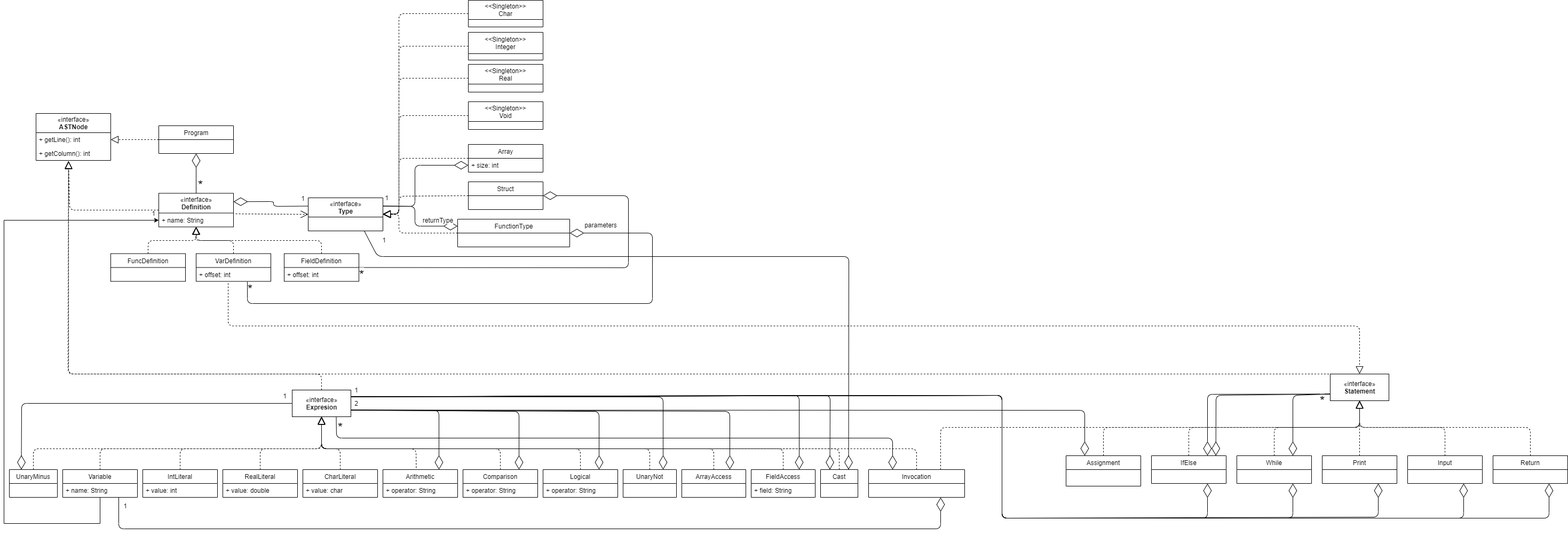
The draw.io diagram UML.png in mesacarlos/PmmCompiler, before a commit. Source tidied: cells renumbered, new cells last; positions are measured from the earlier drawing's top-left corner, leaving out a move shared by most shapes.
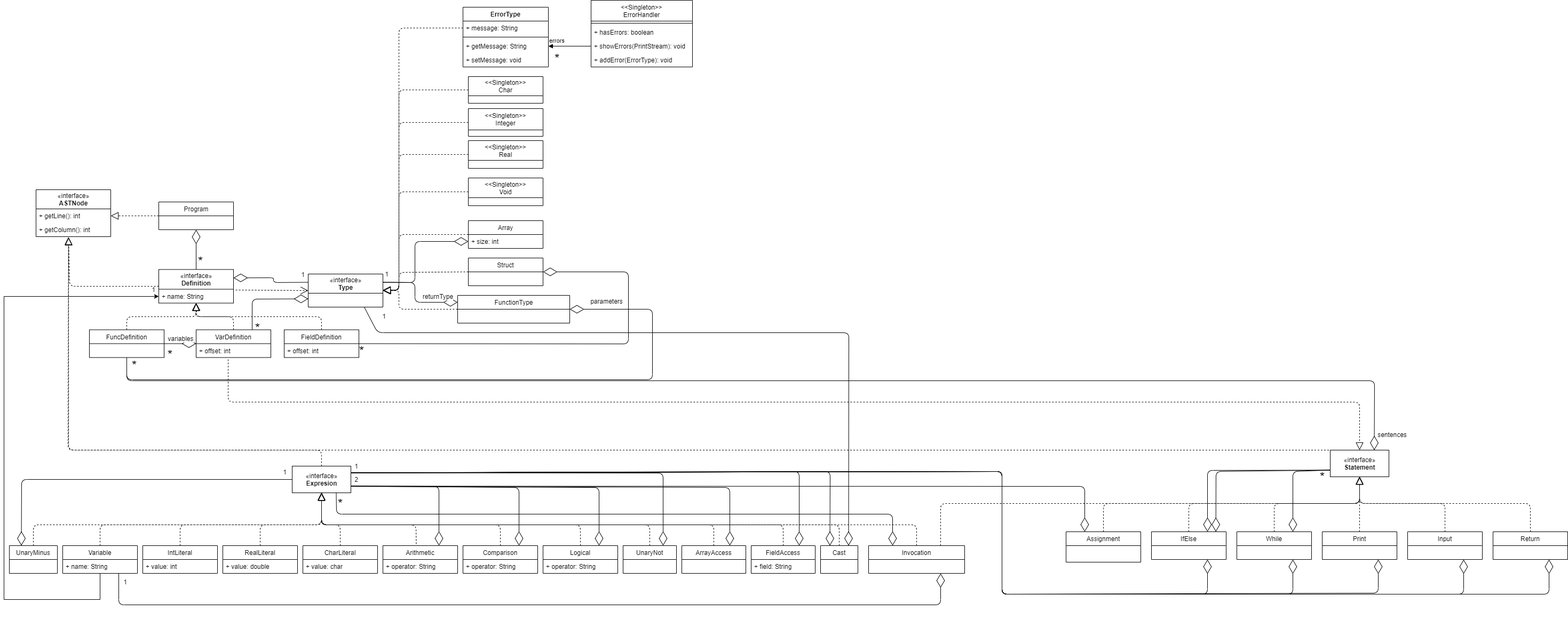
The same diagram one commit later.

What changed in the source:
```diff
@@ -133,7 +133,7 @@
       <mxGeometry y="26" width="140" height="26" as="geometry" />
     </mxCell>
     <mxCell id="29" value="FuncDefinition" style="swimlane;fontStyle=0;horizontal=1;startSize=26;fillColor=none;" parent="1" vertex="1">
-      <mxGeometry x="200" y="474.5" width="140" height="52" as="geometry" />
+      <mxGeometry x="160" y="474.5" width="140" height="52" as="geometry" />
     </mxCell>
     <mxCell id="30" value="«interface»&lt;br&gt;&lt;b&gt;Definition&lt;/b&gt;" style="swimlane;fontStyle=0;horizontal=1;startSize=37;fillColor=none;html=1;" parent="1" vertex="1">
       <mxGeometry x="290" y="361.5" width="140" height="63" as="geometry" />
@@ -161,7 +161,7 @@
     <mxCell id="36" style="endArrow=block;dashed=1;endFill=0;endSize=12;html=1;exitX=0.5;exitY=0;exitDx=0;exitDy=0;" parent="1" edge="1" source="29" target="31">
       <mxGeometry relative="1" as="geometry">
         <Array as="points">
-          <mxPoint x="270" y="450" />
+          <mxPoint x="230" y="450" />
           <mxPoint x="360" y="450" />
         </Array>
       </mxGeometry>
@@ -172,7 +172,7 @@
     <mxCell id="38" style="endArrow=diamondThin;endFill=0;endSize=24;html=1;entryX=0.5;entryY=1;entryDx=0;entryDy=0;exitX=0.5;exitY=0;exitDx=0;exitDy=0;" parent="1" edge="1" source="30" target="34">
       <mxGeometry relative="1" as="geometry" />
     </mxCell>
-    <mxCell id="39" value="*" style="text;html=1;align=center;verticalAlign=middle;labelBackgroundColor=#ffffff;fontSize=24;" parent="38" vertex="1">
+    <mxCell id="39" value="*" style="text;html=1;align=center;verticalAlign=middle;labelBackgroundColor=none;fontSize=24;" parent="38" vertex="1">
       <mxGeometry x="-0.93" y="-1" relative="1" as="geometry">
         <mxPoint x="6.7" y="-14" as="offset" />
       </mxGeometry>
@@ -280,21 +280,21 @@
         </Array>
       </mxGeometry>
     </mxCell>
-    <mxCell id="60" value="&lt;font style=&quot;font-size: 24px&quot;&gt;*&lt;/font&gt;" style="text;html=1;align=center;verticalAlign=middle;labelBackgroundColor=#ffffff;" parent="59" vertex="1">
+    <mxCell id="60" value="&lt;font style=&quot;font-size: 24px&quot;&gt;*&lt;/font&gt;" style="text;html=1;align=center;verticalAlign=middle;labelBackgroundColor=none;" parent="59" vertex="1">
       <mxGeometry x="-0.91" y="-2" relative="1" as="geometry">
         <mxPoint x="-30" y="11" as="offset" />
       </mxGeometry>
     </mxCell>
-    <mxCell id="61" style="endArrow=diamondThin;endFill=0;endSize=24;html=1;entryX=1;entryY=0.5;entryDx=0;entryDy=0;exitX=0.686;exitY=1.019;exitDx=0;exitDy=0;exitPerimeter=0;" parent="1" edge="1" source="28" target="33">
+    <mxCell id="61" style="endArrow=diamondThin;endFill=0;endSize=24;html=1;entryX=1;entryY=0.5;entryDx=0;entryDy=0;exitX=0.5;exitY=1;exitDx=0;exitDy=0;" parent="1" edge="1" source="29" target="33">
       <mxGeometry relative="1" as="geometry">
         <Array as="points">
-          <mxPoint x="456" y="568" />
+          <mxPoint x="230" y="568" />
           <mxPoint x="1215" y="568" />
           <mxPoint x="1215" y="436" />
         </Array>
       </mxGeometry>
     </mxCell>
-    <mxCell id="62" value="*" style="text;html=1;align=center;verticalAlign=middle;labelBackgroundColor=#ffffff;fontSize=24;" parent="61" vertex="1">
+    <mxCell id="62" value="*" style="text;html=1;align=center;verticalAlign=middle;labelBackgroundColor=none;fontSize=24;" parent="61" vertex="1">
       <mxGeometry x="-0.91" y="-2" relative="1" as="geometry">
         <mxPoint x="-3" y="-30" as="offset" />
       </mxGeometry>
@@ -530,7 +530,7 @@
         </Array>
       </mxGeometry>
     </mxCell>
-    <mxCell id="102" value="&lt;font style=&quot;font-size: 24px&quot;&gt;*&lt;/font&gt;" style="text;html=1;align=center;verticalAlign=middle;labelBackgroundColor=#ffffff;fontSize=24;" parent="101" vertex="1">
+    <mxCell id="102" value="&lt;font style=&quot;font-size: 24px&quot;&gt;*&lt;/font&gt;" style="text;html=1;align=center;verticalAlign=middle;labelBackgroundColor=none;fontSize=24;" parent="101" vertex="1">
       <mxGeometry x="-0.95" relative="1" as="geometry">
         <mxPoint x="7.1" y="-11" as="offset" />
       </mxGeometry>
@@ -601,7 +601,7 @@
         </Array>
       </mxGeometry>
     </mxCell>
-    <mxCell id="115" value="*" style="text;html=1;align=center;verticalAlign=middle;labelBackgroundColor=#ffffff;fontSize=24;" parent="114" vertex="1">
+    <mxCell id="115" value="*" style="text;html=1;align=center;verticalAlign=middle;labelBackgroundColor=none;fontSize=24;" parent="114" vertex="1">
       <mxGeometry x="-0.64" y="-2" relative="1" as="geometry">
         <mxPoint x="47.4" y="14.4" as="offset" />
       </mxGeometry>
@@ -705,5 +705,89 @@
         <mxPoint x="-3.7" y="-13.6" as="offset" />
       </mxGeometry>
     </mxCell>
+    <mxCell id="129" value="ErrorType" style="swimlane;fontStyle=1;align=center;verticalAlign=top;horizontal=1;startSize=26;" parent="1" vertex="1">
+      <mxGeometry x="860" y="-130" width="160" height="112" as="geometry" />
+    </mxCell>
+    <mxCell id="130" value="+ message: String" style="text;strokeColor=none;fillColor=none;align=left;verticalAlign=top;spacingLeft=4;spacingRight=4;overflow=hidden;points=[[0,0.5],[1,0.5]];portConstraint=eastwest;" parent="129" vertex="1">
+      <mxGeometry y="26" width="160" height="26" as="geometry" />
+    </mxCell>
+    <mxCell id="131" style="line;strokeWidth=1;fillColor=none;align=left;verticalAlign=middle;spacingTop=-1;spacingLeft=3;spacingRight=3;labelPosition=right;" parent="129" vertex="1">
+      <mxGeometry y="52" width="160" height="8" as="geometry" />
+    </mxCell>
+    <mxCell id="132" value="+ getMessage: String" style="text;strokeColor=none;fillColor=none;align=left;verticalAlign=top;spacingLeft=4;spacingRight=4;overflow=hidden;points=[[0,0.5],[1,0.5]];portConstraint=eastwest;" parent="129" vertex="1">
+      <mxGeometry y="60" width="160" height="26" as="geometry" />
+    </mxCell>
+    <mxCell id="133" value="+ setMessage: void" style="text;strokeColor=none;fillColor=none;align=left;verticalAlign=top;spacingLeft=4;spacingRight=4;overflow=hidden;" parent="129" vertex="1">
+      <mxGeometry y="86" width="160" height="26" as="geometry" />
+    </mxCell>
+    <mxCell id="134" style="endArrow=block;dashed=1;endFill=0;endSize=12;html=1;fontSize=24;exitX=0;exitY=0.5;exitDx=0;exitDy=0;entryX=1;entryY=0.5;entryDx=0;entryDy=0;" parent="1" edge="1" source="130" target="32">
+      <mxGeometry relative="1" as="geometry">
+        <Array as="points">
+          <mxPoint x="740" y="-91" />
+          <mxPoint x="740" y="400" />
+        </Array>
+      </mxGeometry>
+    </mxCell>
+    <mxCell id="135" value="&lt;&lt;Singleton&gt;&gt;&#10;ErrorHandler" style="swimlane;fontStyle=0;align=center;verticalAlign=top;horizontal=1;startSize=39;" parent="1" vertex="1">
+      <mxGeometry x="1100" y="-143" width="190" height="125" as="geometry" />
+    </mxCell>
+    <mxCell id="136" style="line;strokeWidth=1;fillColor=none;align=left;verticalAlign=middle;spacingTop=-1;spacingLeft=3;spacingRight=3;labelPosition=right;" parent="135" vertex="1">
+      <mxGeometry y="39" width="190" height="8" as="geometry" />
+    </mxCell>
+    <mxCell id="137" value="+ hasErrors: boolean" style="text;strokeColor=none;fillColor=none;align=left;verticalAlign=top;spacingLeft=4;spacingRight=4;overflow=hidden;" parent="135" vertex="1">
+      <mxGeometry y="47" width="190" height="26" as="geometry" />
+    </mxCell>
+    <mxCell id="138" value="+ showErrors(PrintStream): void" style="text;strokeColor=none;fillColor=none;align=left;verticalAlign=top;spacingLeft=4;spacingRight=4;overflow=hidden;points=[[0,0.5],[1,0.5]];portConstraint=eastwest;" parent="135" vertex="1">
+      <mxGeometry y="73" width="190" height="26" as="geometry" />
+    </mxCell>
+    <mxCell id="139" value="+ addError(ErrorType): void" style="text;strokeColor=none;fillColor=none;align=left;verticalAlign=top;spacingLeft=4;spacingRight=4;overflow=hidden;" parent="135" vertex="1">
+      <mxGeometry y="99" width="190" height="26" as="geometry" />
+    </mxCell>
+    <mxCell id="140" value="errors" style="endArrow=block;endFill=1;html=1;edgeStyle=orthogonalEdgeStyle;align=left;verticalAlign=top;exitX=0;exitY=0.5;exitDx=0;exitDy=0;entryX=1;entryY=0.5;entryDx=0;entryDy=0;" parent="1" edge="1" source="138" target="132">
+      <mxGeometry x="1" y="-23" relative="1" as="geometry" />
+    </mxCell>
+    <mxCell id="141" value="*" style="html=1;align=left;verticalAlign=bottom;labelBackgroundColor=none;fontSize=24;" parent="140" vertex="1">
+      <mxGeometry x="-1" relative="1" as="geometry">
+        <mxPoint x="-70" y="39" as="offset" />
+      </mxGeometry>
+    </mxCell>
+    <mxCell id="142" style="endArrow=diamondThin;endFill=0;endSize=24;html=1;entryX=0;entryY=0.5;entryDx=0;entryDy=0;exitX=1;exitY=0.5;exitDx=0;exitDy=0;" parent="1" edge="1" source="29" target="27">
+      <mxGeometry relative="1" as="geometry" />
+    </mxCell>
+    <mxCell id="143" value="*" style="text;html=1;align=center;verticalAlign=middle;labelBackgroundColor=none;fontSize=24;" parent="142" vertex="1">
+      <mxGeometry x="-0.91" y="-2" relative="1" as="geometry">
+        <mxPoint x="7" y="17.5" as="offset" />
+      </mxGeometry>
+    </mxCell>
+    <mxCell id="144" value="variables" style="text;html=1;align=center;verticalAlign=middle;labelBackgroundColor=#ffffff;fontSize=12;" parent="142" vertex="1">
+      <mxGeometry x="0.9" y="-3" relative="1" as="geometry">
+        <mxPoint x="-27" y="-13.5" as="offset" />
+      </mxGeometry>
+    </mxCell>
+    <mxCell id="145" style="endArrow=diamondThin;endFill=0;endSize=24;html=1;exitX=0.5;exitY=1;exitDx=0;exitDy=0;entryX=0.75;entryY=0;entryDx=0;entryDy=0;" parent="1" edge="1" source="29" target="20">
+      <mxGeometry relative="1" as="geometry">
+        <Array as="points">
+          <mxPoint x="230" y="570" />
+          <mxPoint x="2568" y="570" />
+        </Array>
+      </mxGeometry>
+    </mxCell>
+    <mxCell id="146" value="sentences" style="text;html=1;align=center;verticalAlign=middle;labelBackgroundColor=#ffffff;fontSize=12;" parent="145" vertex="1">
+      <mxGeometry x="0.9" y="-3" relative="1" as="geometry">
+        <mxPoint x="33.5" y="97" as="offset" />
+      </mxGeometry>
+    </mxCell>
+    <mxCell id="147" style="endArrow=diamondThin;endFill=0;endSize=24;html=1;entryX=0;entryY=0.75;entryDx=0;entryDy=0;exitX=0.75;exitY=0;exitDx=0;exitDy=0;" parent="1" edge="1" source="27" target="32">
+      <mxGeometry relative="1" as="geometry">
+        <Array as="points">
+          <mxPoint x="465" y="417" />
+        </Array>
+      </mxGeometry>
+    </mxCell>
+    <mxCell id="148" value="*" style="text;html=1;align=center;verticalAlign=middle;labelBackgroundColor=none;fontSize=24;" parent="147" vertex="1">
+      <mxGeometry x="-0.91" y="-2" relative="1" as="geometry">
+        <mxPoint x="7" y="2.5" as="offset" />
+      </mxGeometry>
+    </mxCell>
   </root>
 </mxGraphModel>
```
